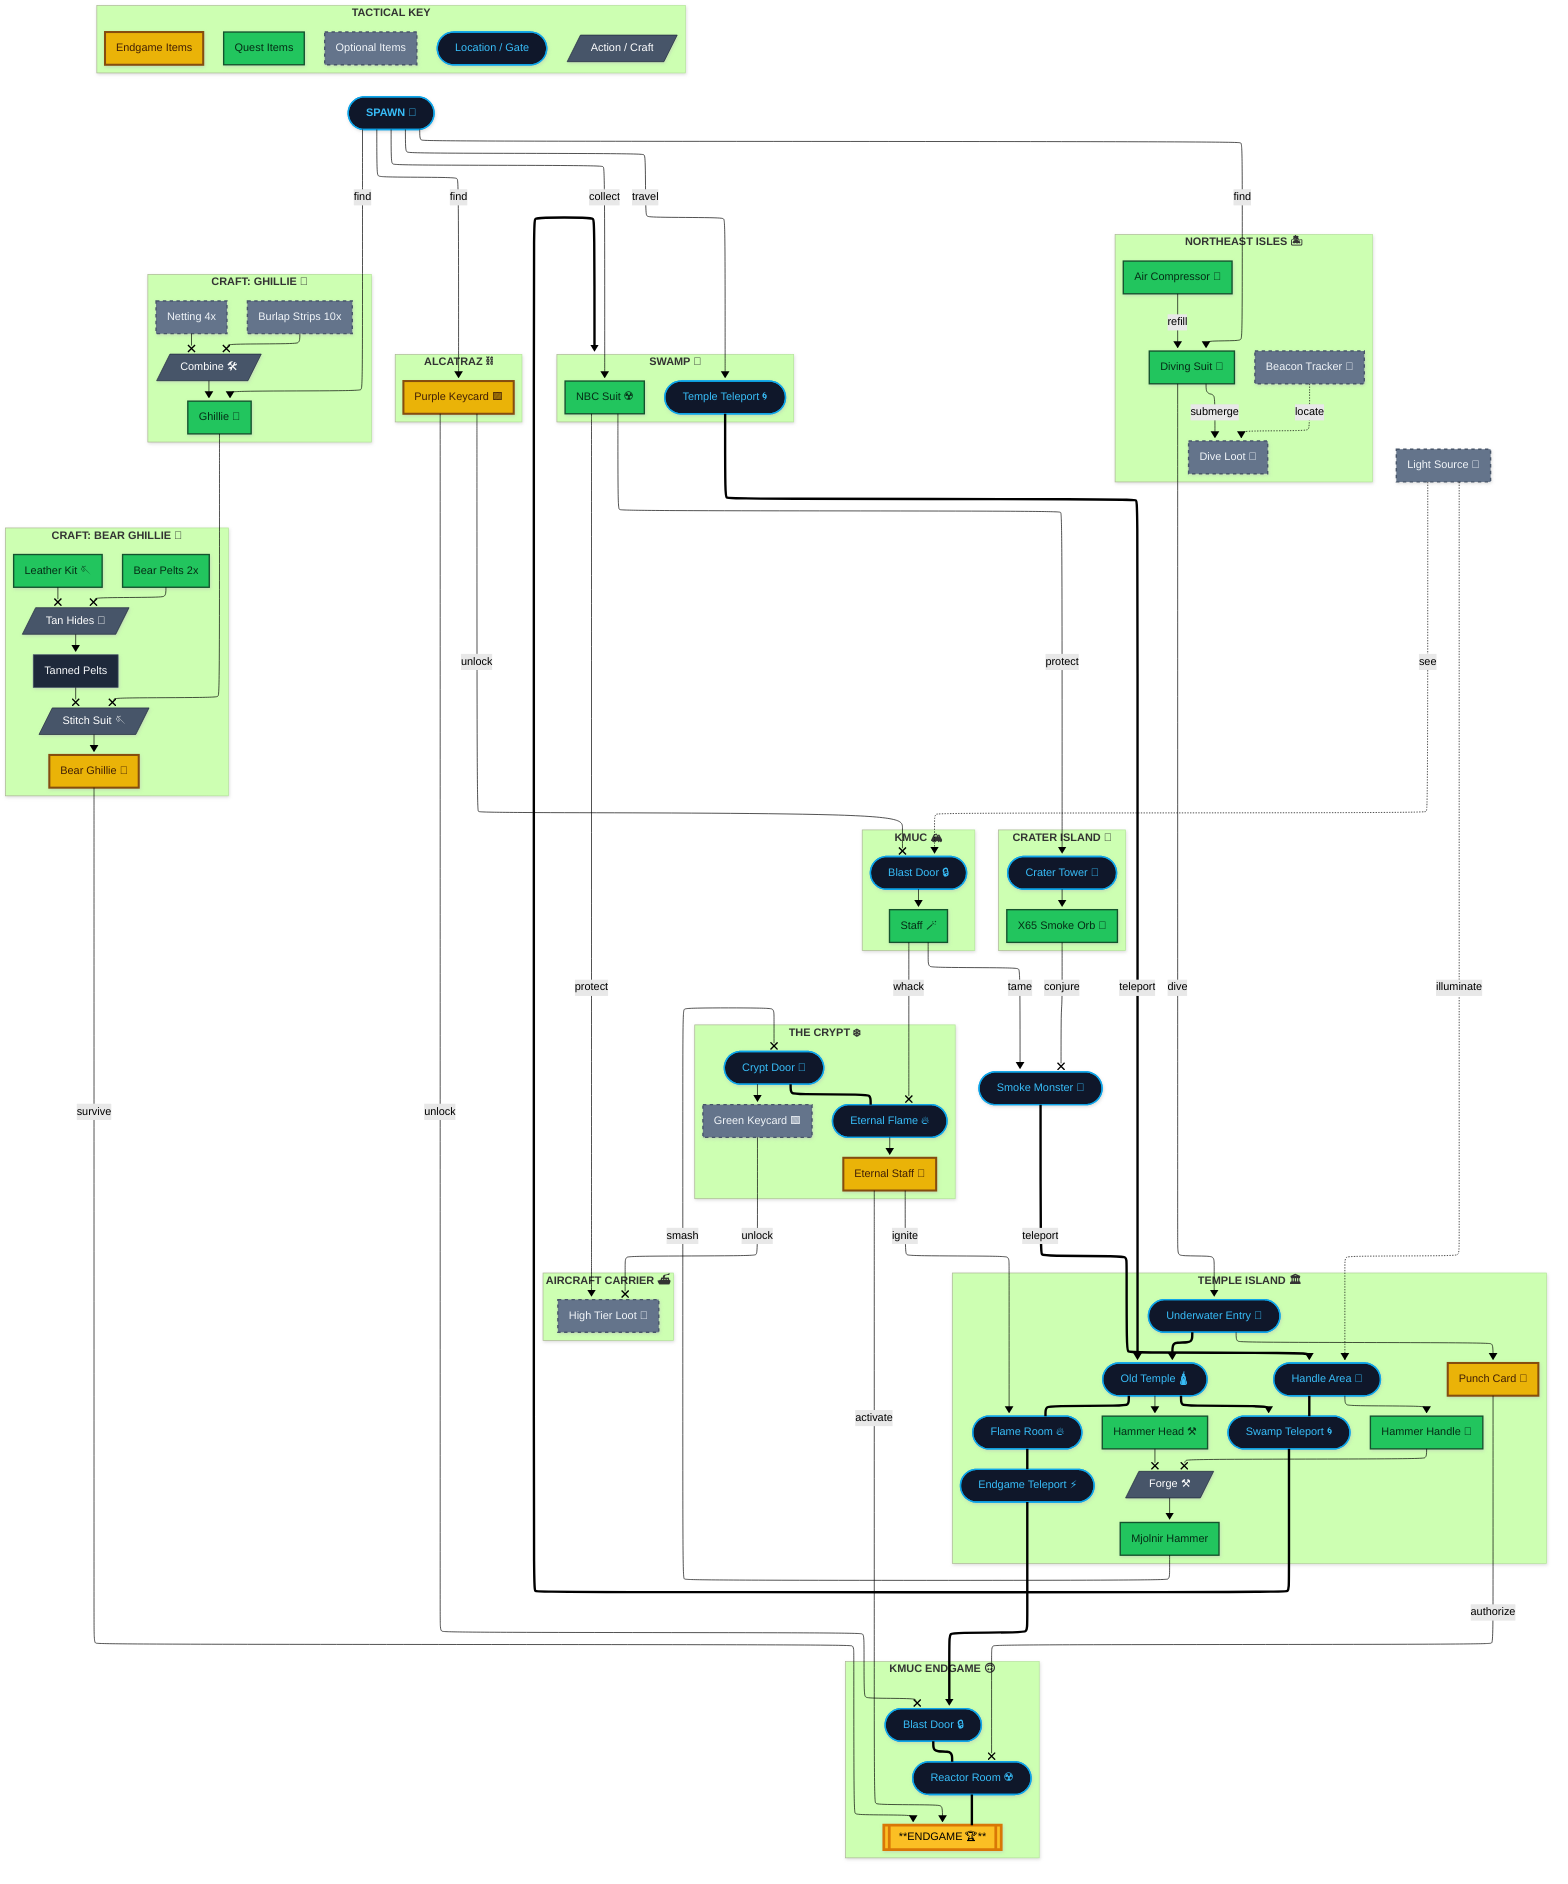
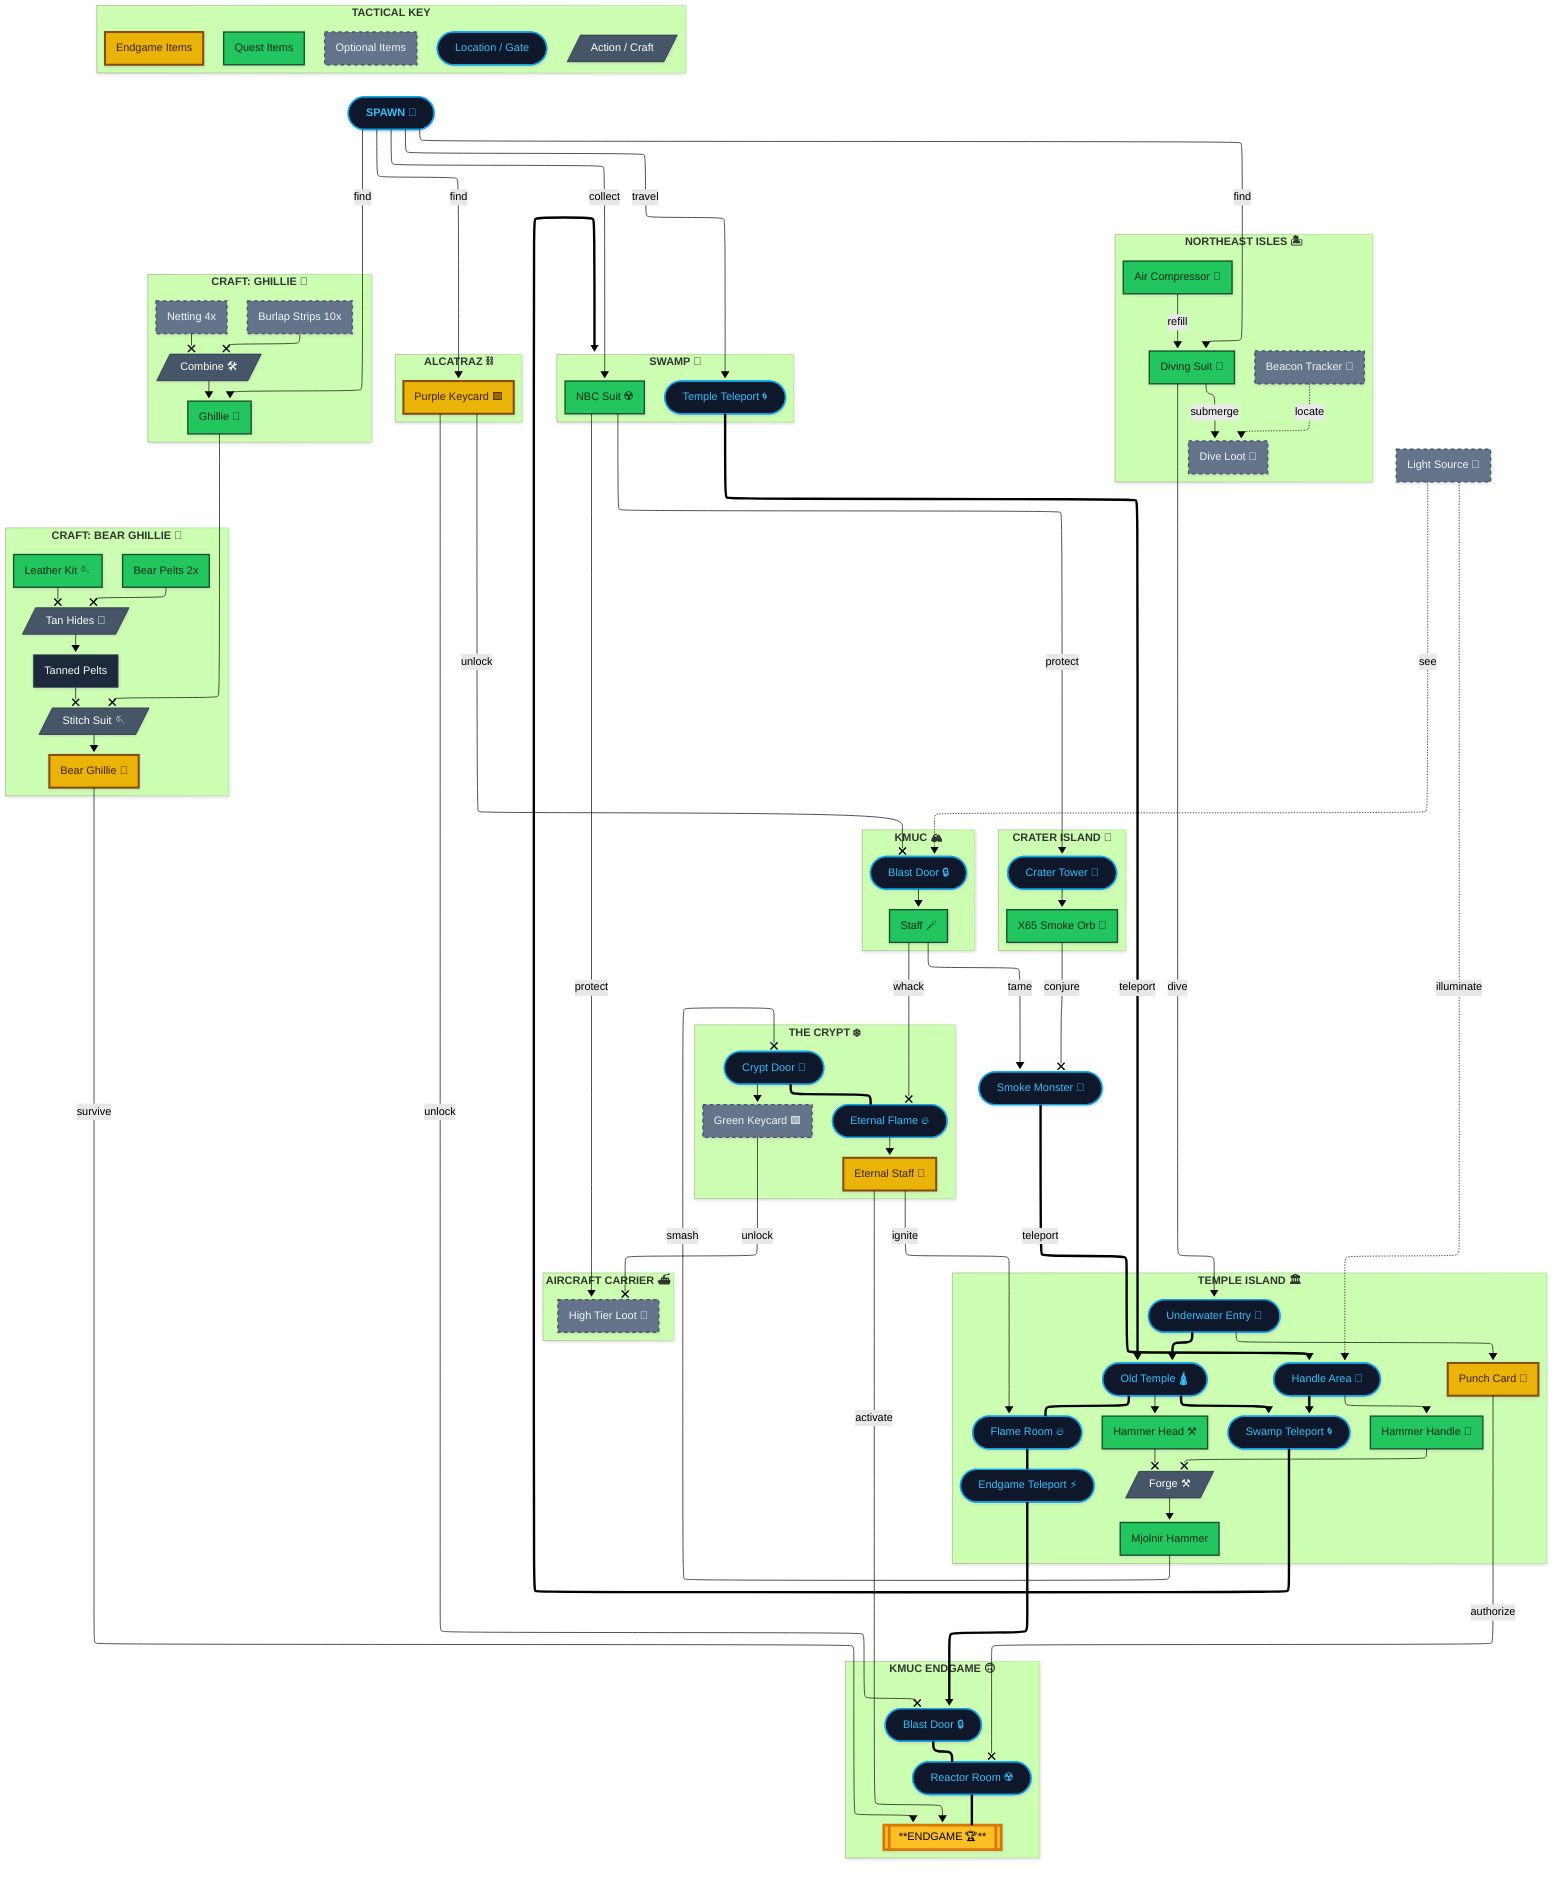
---
# This file is synced with https://mermaid.ai/
# spell:ignore mrfootoyou dasharray kmuc ghillie Mjolnir
id: e97fa42b-16d9-40e7-9625-4883fa1ce345
config:
  title: Deer Isle 6.0 Endgame Quest - Tactical Loot Flow
  layout: elk
  theme: forest
  look: neo
  description: |
    This flowchart presents a tactical breakdown of the Deer Isle Endgame loot progression.
    It outlines the loot items required to complete the Endgame quest, describes their
    dependencies, and shows the overall progression leading up to the Endgame quest.

    DayZ Survivors can use this flowchart to plan and navigate through the quest efficiently.
  author: |
    [mrfootoyou](https://github.com/mrfootoyou)
  source: |
    [mrfootoyou/deer-isle-quest](https://github.com/mrfootoyou/deer-isle-quest)
---
flowchart TD
    %% TACTICAL CLASS DEFINITIONS
    classDef default fill:#1e293b,color:#f8fafc,stroke:#475569,stroke-width:1px
    classDef action fill:#475569,color:#ffffff,stroke:#1e293b,stroke-width:1px
    classDef place fill:#0f172a,color:#38bdf8,stroke:#0ea5e9,stroke-width:2px
    classDef endgame_loot fill:#eab308,color:#422006,stroke:#854d0e,stroke-width:3px
    classDef quest_loot fill:#22c55e,color:#052e16,stroke:#14532d,stroke-width:2px
    classDef optional_loot fill:#64748b,color:#f1f5f9,stroke:#475569,stroke-width:2px,stroke-dasharray:5\,5
    classDef terminal fill:#fbbf24,color:#000000,stroke:#d97706,stroke-width:4px

    subgraph flowchart_key ["`**TACTICAL KEY**`"]
        direction LR
        k_endgame[Endgame Items]
        k_quest[Quest Items]
        k_opt[Optional Items]
        k_loc([Location / Gate])
        k_act[/Action / Craft/]

        %% ~~~ is used to visually order nodes without creating actual connections
        k_endgame ~~~ k_quest
        k_quest ~~~ k_opt
        k_opt ~~~ k_loc
        k_loc ~~~ k_act

        class k_endgame endgame_loot
        class k_quest quest_loot
        class k_opt optional_loot
        class k_loc place
        class k_act action
    end
    %% Place at top (above spawn) for easy reference
    flowchart_key ~~~ spawn

    spawn(["`**SPAWN 🏁**`"])
    spawn --> |find|dive_suit
    spawn --> |collect|nbc_suit
    spawn --> |travel|swamp_temple_teleport
    spawn --> |find|purple_keycard
    spawn --> |find|ghillie

    %% NON-LOCALIZED UTILITY
    light_source[Light Source 🔦]
    class light_source optional_loot

    subgraph northeast ["`**NORTHEAST ISLES 🏝️**`"]
        direction LR
        air_compressor[Air Compressor 💨]
        dive_suit[Diving Suit 🤿]
        beacon_tracker[Beacon Tracker 📡]
        dive_loot[Dive Loot 💎]
    end
    air_compressor --> |refill|dive_suit
    dive_suit --> |submerge|dive_loot
    beacon_tracker -.-> |locate|dive_loot

    subgraph swamp_area ["`**SWAMP 🍄**`"]
        direction LR
        swamp_temple_teleport([Temple Teleport 🌀])
        nbc_suit[NBC Suit ☢️]
    end
    swamp_temple_teleport ==> |teleport|temple_main

    subgraph alcatraz ["`**ALCATRAZ ⛓️**`"]
        purple_keycard[Purple Keycard 🟪]
    end

    subgraph craft_ghillie ["`**CRAFT: GHILLIE 🌿**`"]
        direction LR
        burlap[Burlap Strips 10x]
        netting[Netting 4x]
        make_ghillie[/Combine 🛠️/]
        ghillie[Ghillie 🌿]
    end
    burlap --x make_ghillie
    netting --x make_ghillie
    make_ghillie --> ghillie

    subgraph craft_bear ["`**CRAFT: BEAR GHILLIE 🐻**`"]
        direction LR
        bear_pelts[Bear Pelts 2x]
        leather_kit[Leather Kit 🪡]
        tanned_bear_pelts[Tanned Pelts]
        prepare_bear_pelts[/Tan Hides 🔨/]
        make_bear_suit[/Stitch Suit 🪡/]
        bear_suit[Bear Ghillie 🐻]
    end
    bear_pelts --x prepare_bear_pelts
    leather_kit --x prepare_bear_pelts
    prepare_bear_pelts --> tanned_bear_pelts
    tanned_bear_pelts --x make_bear_suit
    ghillie --x make_bear_suit
    make_bear_suit --> bear_suit

    subgraph crater ["`**CRATER ISLAND 🌋**`"]
        crater_tower([Crater Tower 🗼])
        smoke_orb[X65 Smoke Orb 💨]
    end
    crater_tower --> smoke_orb
    nbc_suit --> |protect|crater_tower

    subgraph kmuc_entry ["`**KMUC 🏔️**`"]
        kmuc_blast_door([Blast Door 🔒])
        staff[Staff 🪄]
    end
    light_source -.-> |see|kmuc_blast_door
    purple_keycard --x |unlock|kmuc_blast_door
    kmuc_blast_door --> staff

    smoke_monster([Smoke Monster 💨])
    smoke_orb --x |conjure|smoke_monster
    staff --> |tame|smoke_monster
    smoke_monster ==> |teleport|temple_handle_area

    subgraph old_temple ["`**TEMPLE ISLAND 🏛️**`"]
        temple_dive_entry([Underwater Entry 🌊])
        punch_card[Punch Card 💾]
        temple_main([Old Temple 🛕])
        temple_handle_area([Handle Area 🧭])
        temple_swamp_teleport([Swamp Teleport 🌀])
        temple_flame([Flame Room 🔥])
        temple_endgame_teleport([Endgame Teleport ⚡])
        hammer_head[Hammer Head ⚒️]
        hammer_handle[Hammer Handle 🦴]
        make_hammer[/Forge ⚒️/]
        hammer[Mjolnir Hammer]
    end
    dive_suit --> |dive|temple_dive_entry
    temple_dive_entry --> punch_card
    temple_dive_entry ==> temple_main
    temple_main ==> temple_swamp_teleport
    temple_swamp_teleport ==> swamp_area
    temple_main === temple_flame
    temple_flame === temple_endgame_teleport
    eternal_staff --> |ignite|temple_flame
    temple_endgame_teleport ==> endgame_blast_door
    temple_main --> hammer_head
    light_source -.-> |illuminate|temple_handle_area
    temple_handle_area --> hammer_handle
-     temple_handle_area === temple_swamp_teleport
+     temple_handle_area ==> temple_swamp_teleport
    hammer_head --x make_hammer
    hammer_handle --x make_hammer
    make_hammer --> hammer

    subgraph crypt ["`**THE CRYPT ❄️**`"]
        crypt_door([Crypt Door 🧱])
        green_keycard[Green Keycard 🟩]
        eternal_flame([Eternal Flame 🔥])
        eternal_staff[Eternal Staff 🔱]
    end
    hammer --x |smash|crypt_door
    crypt_door --> green_keycard
    crypt_door === eternal_flame
    staff --x |whack|eternal_flame
    eternal_flame --> eternal_staff

    subgraph carrier ["`**AIRCRAFT CARRIER ⛴️**`"]
        carrier_loot[High Tier Loot 🔫]
    end
    nbc_suit --> |protect|carrier_loot
    green_keycard --x |unlock|carrier_loot

    subgraph kmuc_endgame ["`**KMUC ENDGAME 🙃**`"]
        endgame_blast_door([Blast Door 🔒])
        endgame_reactor([Reactor Room ☢️])
        endgame[[**ENDGAME 🏆**]]
    end
    purple_keycard --x |unlock|endgame_blast_door
    endgame_blast_door === endgame_reactor
    punch_card --x |authorize|endgame_reactor
    endgame_reactor === endgame
    eternal_staff --> |activate|endgame
    bear_suit --> |survive|endgame

    %% ASSIGN CLASSES
    class spawn,swamp_temple_teleport,crater_tower,kmuc_blast_door,crypt_door,eternal_flame place
    class temple_dive_entry,temple_main,temple_handle_area,temple_flame,temple_swamp_teleport,temple_endgame_teleport place
    class endgame_blast_door,endgame_reactor place
    class smoke_monster place

    class nbc_suit,leather_kit,bear_pelts,ghillie quest_loot
    class dive_suit,air_compressor,hammer_head,hammer_handle,hammer quest_loot
    class staff,smoke_orb quest_loot

    class purple_keycard,punch_card,eternal_staff,bear_suit endgame_loot

    class beacon_tracker,dive_loot,green_keycard,carrier_loot,netting,burlap optional_loot

    class make_ghillie,make_bear_suit,prepare_bear_pelts,make_hammer action

    class endgame terminal
